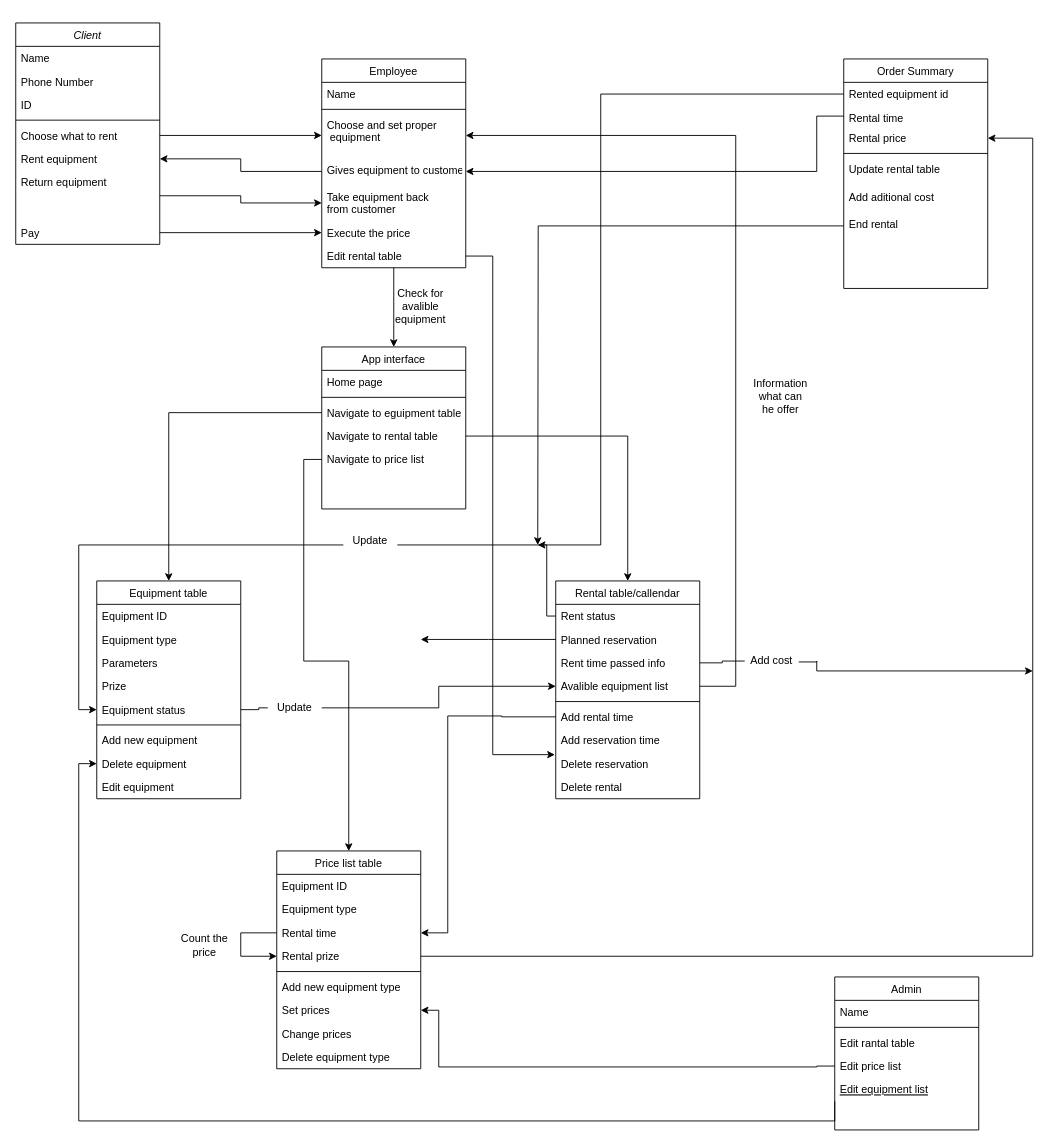
Before: Diagram bez tytułu.drawio in JakubBalon/PracaDyplomowa, a draw.io diagram. Source tidied: cells renumbered, new cells numbered last; positions are measured from the earlier drawing's top-left corner, leaving out a move shared by most shapes. Both pictures are drawn from the tidied source at 90%, with x=0, y=0 at pixel (15, 22).
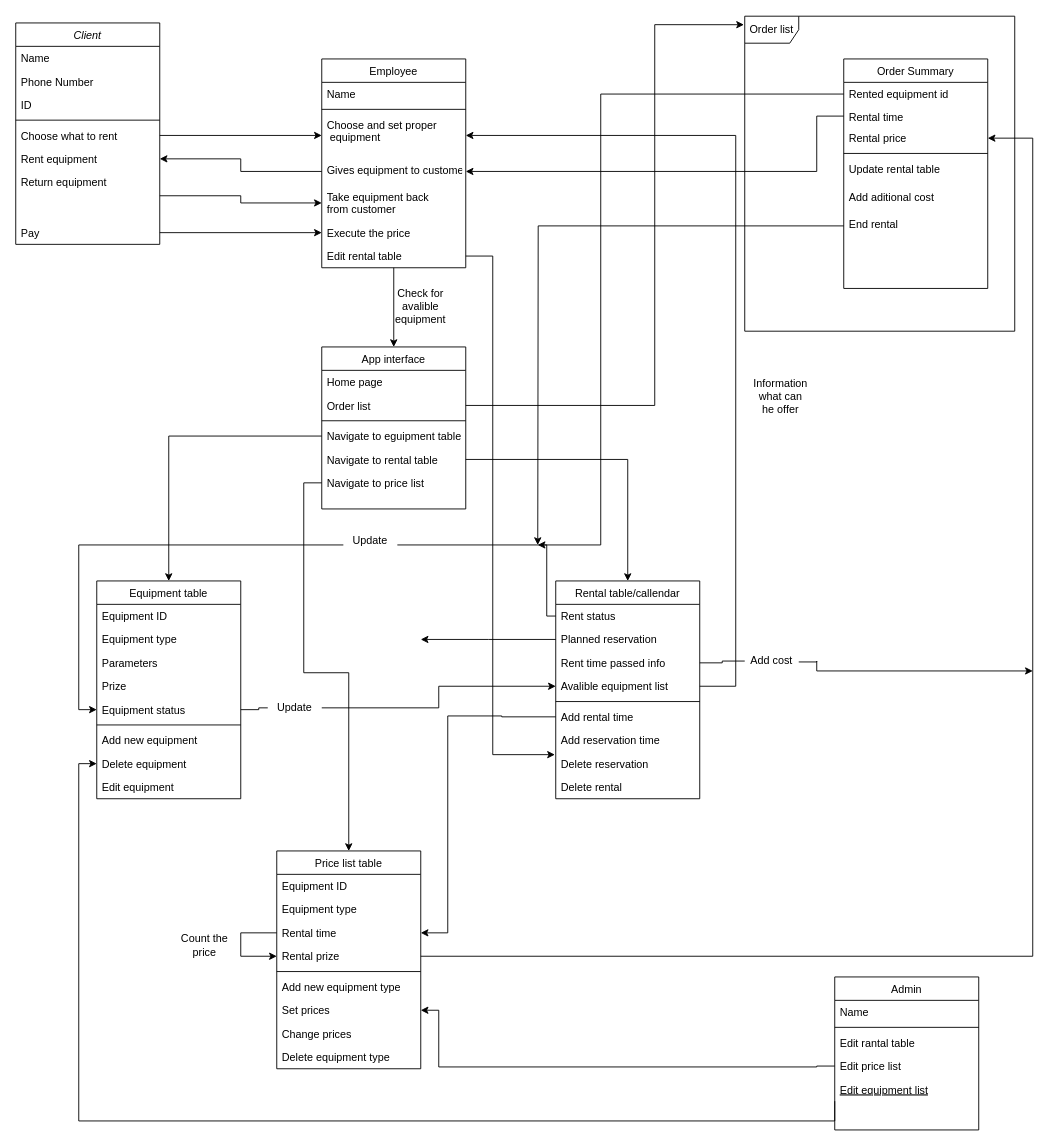
The same page after the edit.

Unchanged cells that the change refers to:
```xml
<mxCell id="17" value="App interface" style="swimlane;fontStyle=0;align=center;verticalAlign=top;horizontal=1;startSize=26;rounded=0;shadow=0;strokeWidth=1;" parent="1" vertex="1">
  <mxGeometry x="340" y="360" width="160" height="180" as="geometry" />
</mxCell>
<mxCell id="34" value="Rental table/callendar" style="swimlane;fontStyle=0;align=center;verticalAlign=top;horizontal=1;startSize=26;rounded=0;shadow=0;strokeWidth=1;" parent="1" vertex="1">
  <mxGeometry x="600" y="620" width="160" height="242" as="geometry" />
</mxCell>
```

The edit, as a diff of the source:
```diff
@@
+    <mxCell id="100" value="Order list" style="text;align=left;verticalAlign=top;spacingLeft=4;spacingRight=4;overflow=hidden;points=[[0,0.5],[1,0.5]];portConstraint=eastwest;" parent="17" vertex="1">
+      <mxGeometry y="52" width="160" height="26" as="geometry" />
+    </mxCell>
     <mxCell id="19" style="line;html=1;strokeWidth=1;align=left;verticalAlign=middle;spacingTop=-1;spacingLeft=3;spacingRight=3;labelPosition=right;" parent="17" vertex="1">
-      <mxGeometry y="52" width="160" height="8" as="geometry" />
+      <mxGeometry y="78" width="160" height="8" as="geometry" />
     </mxCell>
     <mxCell id="20" value="Navigate to eguipment table" style="text;align=left;verticalAlign=top;spacingLeft=4;spacingRight=4;overflow=hidden;points=[[0,0.5],[1,0.5]];portConstraint=eastwest;" parent="17" vertex="1">
-      <mxGeometry y="60" width="160" height="26" as="geometry" />
+      <mxGeometry y="86" width="160" height="26" as="geometry" />
     </mxCell>
     <mxCell id="21" value="Navigate to rental table" style="text;align=left;verticalAlign=top;spacingLeft=4;spacingRight=4;overflow=hidden;points=[[0,0.5],[1,0.5]];portConstraint=eastwest;" parent="17" vertex="1">
-      <mxGeometry y="86" width="160" height="26" as="geometry" />
+      <mxGeometry y="112" width="160" height="26" as="geometry" />
     </mxCell>
     <mxCell id="22" value="Navigate to price list" style="text;align=left;verticalAlign=top;spacingLeft=4;spacingRight=4;overflow=hidden;points=[[0,0.5],[1,0.5]];portConstraint=eastwest;" parent="17" vertex="1">
-      <mxGeometry y="112" width="160" height="26" as="geometry" />
+      <mxGeometry y="138" width="160" height="26" as="geometry" />
     </mxCell>
@@
     <mxCell id="55" style="edgeStyle=orthogonalEdgeStyle;rounded=0;jettySize=auto;html=1;entryX=0.5;entryY=0;entryDx=0;entryDy=0;" parent="1" edge="1" source="21" target="34">
       <mxGeometry relative="1" as="geometry">
         <Array as="points">
-          <mxPoint x="680" y="459" />
+          <mxPoint x="680" y="485" />
         </Array>
       </mxGeometry>
     </mxCell>
@@
+    <mxCell id="101" value="Order list" style="shape=umlFrame;whiteSpace=wrap;html=1;" parent="1" vertex="1">
+      <mxGeometry x="810" y="-7.5" width="300" height="350" as="geometry" />
+    </mxCell>
+    <mxCell id="102" style="edgeStyle=orthogonalEdgeStyle;rounded=0;jettySize=auto;html=1;entryX=-0.003;entryY=0.027;entryDx=0;entryDy=0;entryPerimeter=0;" parent="1" edge="1" source="100" target="101">
+      <mxGeometry relative="1" as="geometry">
+        <Array as="points">
+          <mxPoint x="710" y="425" />
+          <mxPoint x="710" y="2" />
+        </Array>
+      </mxGeometry>
+    </mxCell>
```
